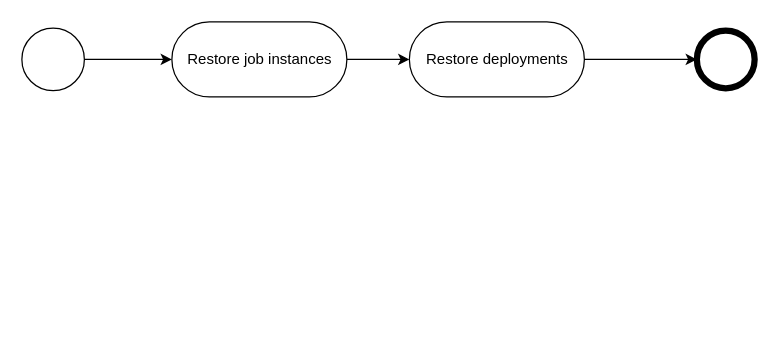
Earlier version of the draw.io diagram page "Restore application flow" (2 of 2) of kafka-zeebe-connect.drawio (minhtran-q/zeebe-kafka-connect). Source tidied: cells renumbered, new cells numbered last; positions are measured from the earlier drawing's top-left corner, leaving out a move shared by most shapes. Both pictures are drawn from the tidied source at 125%, with x=0, y=0 at pixel (21, 21).
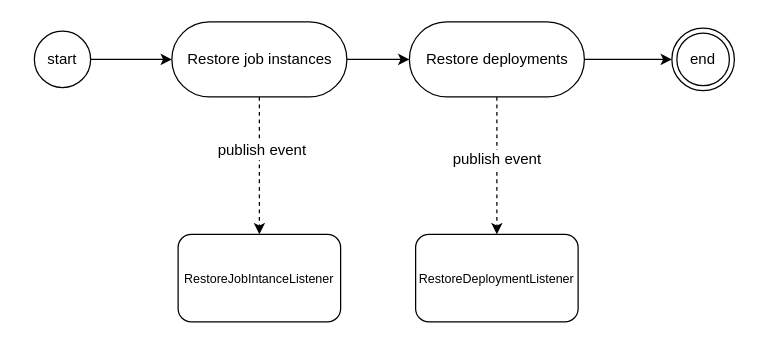
Above is the later version.

What changed in the source:
```diff
@@
 <mxGraphModel>
   <root>
     <mxCell id="0" />
     <mxCell id="1" parent="0" />
     <mxCell id="2" style="edgeStyle=orthogonalEdgeStyle;rounded=0;jettySize=auto;html=1;" parent="1" edge="1" source="3" target="5">
       <mxGeometry relative="1" as="geometry" />
     </mxCell>
+    <mxCell id="9" style="edgeStyle=orthogonalEdgeStyle;rounded=0;jettySize=auto;html=1;fontSize=10;dashed=1;" parent="1" edge="1" source="3" target="16">
+      <mxGeometry relative="1" as="geometry" />
+    </mxCell>
+    <mxCell id="10" value="&lt;font style=&quot;font-size: 12px&quot;&gt;publish event&lt;/font&gt;" style="edgeLabel;html=1;align=center;verticalAlign=middle;fontSize=10;" parent="9" vertex="1">
+      <mxGeometry x="-0.23" y="1" relative="1" as="geometry" />
+    </mxCell>
     <mxCell id="3" value="&lt;span&gt;Restore job instances&lt;/span&gt;" style="html=1;dashed=0;whitespace=wrap;shape=mxgraph.dfd.start;" parent="1" vertex="1">
       <mxGeometry x="120" width="140" height="60" as="geometry" />
     </mxCell>
-    <mxCell id="4" style="edgeStyle=orthogonalEdgeStyle;rounded=0;jettySize=auto;html=1;" parent="1" edge="1" source="5" target="6">
-      <mxGeometry relative="1" as="geometry" />
-    </mxCell>
+    <mxCell id="11" style="edgeStyle=orthogonalEdgeStyle;rounded=0;jettySize=auto;html=1;fontSize=12;" parent="1" edge="1" source="5" target="15">
+      <mxGeometry relative="1" as="geometry" />
+    </mxCell>
+    <mxCell id="12" value="&lt;font style=&quot;font-size: 12px&quot;&gt;publish event&lt;/font&gt;" style="edgeStyle=orthogonalEdgeStyle;rounded=0;jettySize=auto;html=1;fontSize=10;dashed=1;" parent="1" edge="1" source="5" target="17">
+      <mxGeometry x="-0.09" relative="1" as="geometry" />
+    </mxCell>
     <mxCell id="5" value="&lt;span&gt;Restore deployments&lt;/span&gt;" style="html=1;dashed=0;whitespace=wrap;shape=mxgraph.dfd.start;" parent="1" vertex="1">
       <mxGeometry x="310" width="140" height="60" as="geometry" />
     </mxCell>
-    <mxCell id="6" style="shape=ellipse;html=1;dashed=0;whitespace=wrap;strokeWidth=5;perimeter=ellipsePerimeter;" parent="1" vertex="1">
-      <mxGeometry x="540" y="6.9" width="46.2" height="46.2" as="geometry" />
-    </mxCell>
-    <mxCell id="7" style="edgeStyle=orthogonalEdgeStyle;rounded=0;jettySize=auto;html=1;" parent="1" edge="1" source="8" target="3">
-      <mxGeometry relative="1" as="geometry" />
-    </mxCell>
-    <mxCell id="8" style="ellipse;whiteSpace=wrap;html=1;" parent="1" vertex="1">
-      <mxGeometry y="5" width="50" height="50" as="geometry" />
-    </mxCell>
+    <mxCell id="13" style="edgeStyle=orthogonalEdgeStyle;rounded=0;jettySize=auto;html=1;fontSize=12;" parent="1" edge="1" source="14" target="3">
+      <mxGeometry relative="1" as="geometry" />
+    </mxCell>
+    <mxCell id="14" value="start" style="ellipse;whiteSpace=wrap;html=1;fontSize=12;" parent="1" vertex="1">
+      <mxGeometry x="10" y="7.5" width="45" height="45" as="geometry" />
+    </mxCell>
+    <mxCell id="15" value="end" style="ellipse;shape=doubleEllipse;whiteSpace=wrap;html=1;fontSize=12;" parent="1" vertex="1">
+      <mxGeometry x="520" y="5" width="50" height="50" as="geometry" />
+    </mxCell>
+    <mxCell id="16" value="&lt;font style=&quot;font-size: 10px&quot;&gt;RestoreJobIntanceListener&lt;/font&gt;" style="rounded=1;whiteSpace=wrap;html=1;fontSize=12;" parent="1" vertex="1">
+      <mxGeometry x="125" y="170" width="130" height="70" as="geometry" />
+    </mxCell>
+    <mxCell id="17" value="&lt;font style=&quot;font-size: 10px&quot;&gt;RestoreDeploymentListener&lt;/font&gt;" style="rounded=1;whiteSpace=wrap;html=1;fontSize=12;" parent="1" vertex="1">
+      <mxGeometry x="315" y="170" width="130" height="70" as="geometry" />
+    </mxCell>
   </root>
 </mxGraphModel>
```
